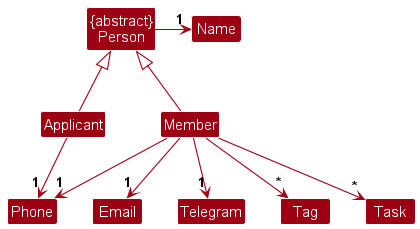
Earlier version of the PlantUML export docs/images/ModelPersonClassDiagram.png (nus-cs2103-AY2324S1/tp).
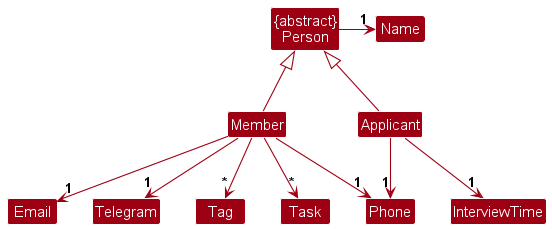
The same diagram one commit later.

The edit, as a diff of the source:
```diff
@@ -24,5 +24,6 @@
 Member -down-> "*" Tag
 Member -down-> "*" Task
 Applicant -down-> "1" Phone
+Applicant -down-> "1" InterviewTime
 
 @enduml
```
